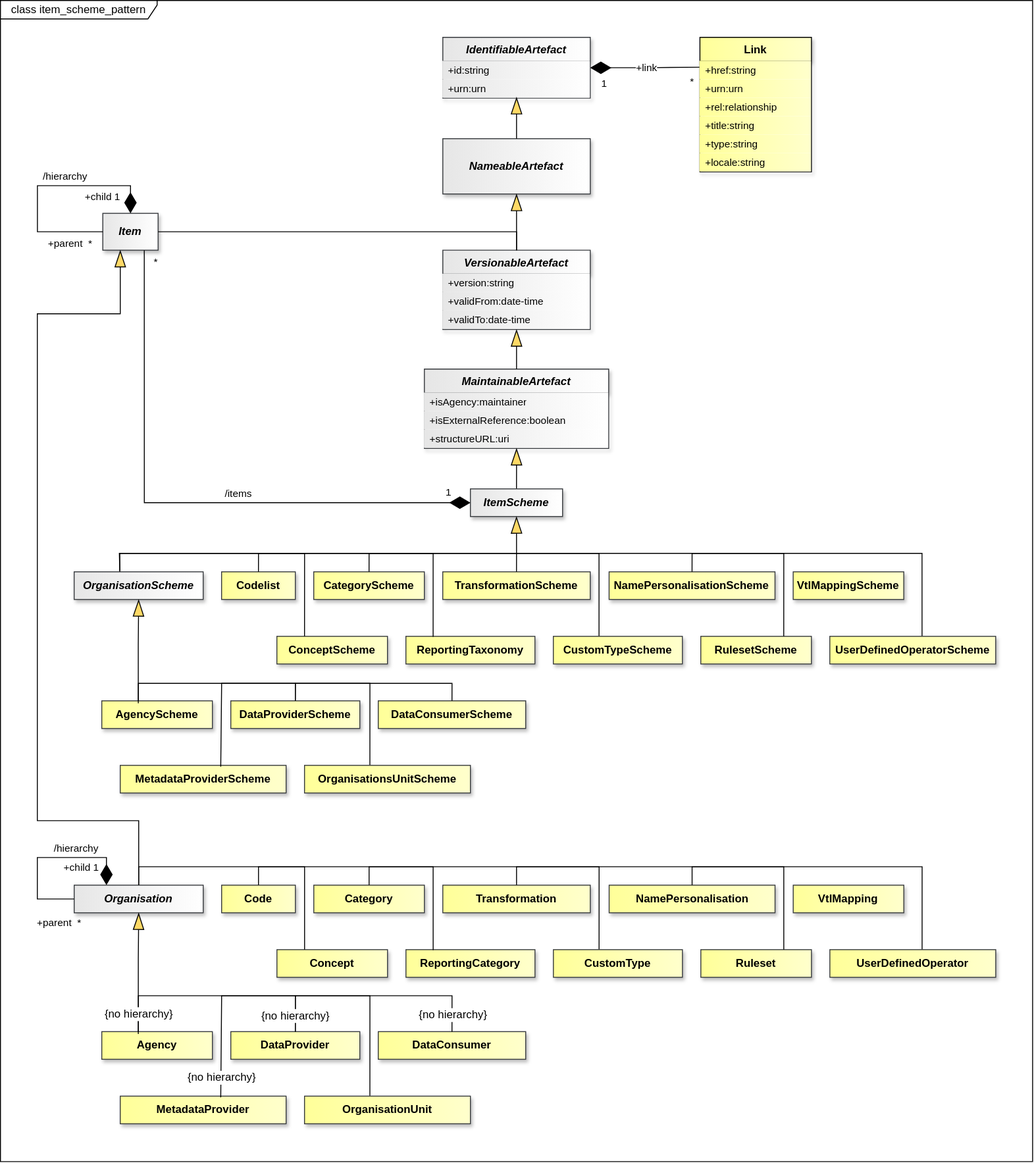
Earlier version of the draw.io export docs/information_model/media/sdmx_base-item_scheme_pattern.svg (sdmx-twg/sdmx-im). Source tidied: cells renumbered, new cells last; positions are measured from the earlier drawing's top-left corner, leaving out a move shared by most shapes.
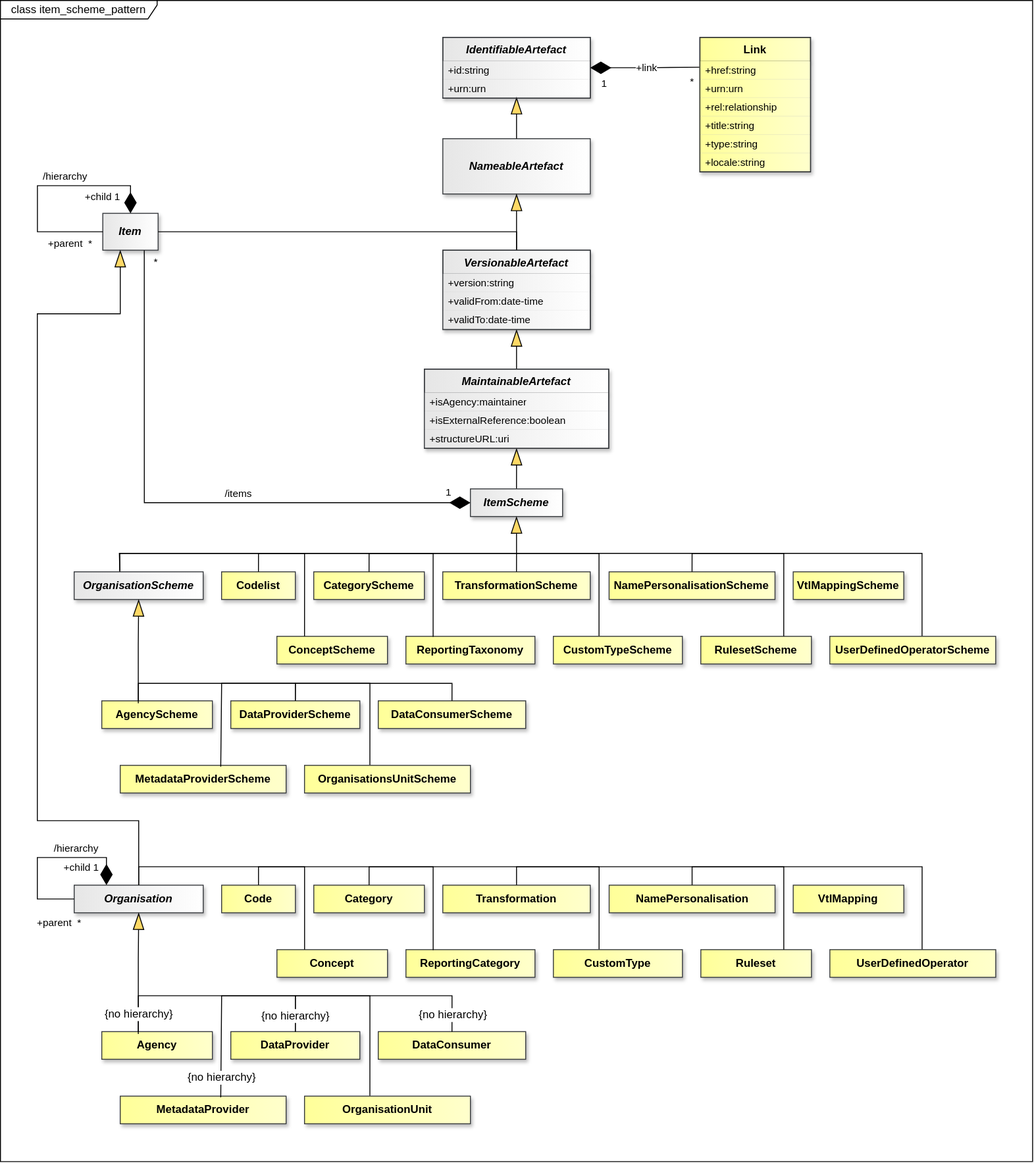
The same diagram one commit later.

What changed in the source:
```diff
@@ -65,10 +65,10 @@
     <mxCell id="22" value="IdentifiableArtefact" style="swimlane;fontStyle=3;align=center;verticalAlign=top;horizontal=1;startSize=26;whiteSpace=wrap;html=1;strokeColor=#36393d;fontFamily=Helvetica;fontSize=12;fillColor=light-dark(#E6E6E6,#E6E6E6);gradientDirection=east;gradientColor=light-dark(#FFFFFF,#FFFFFF);fontColor=light-dark(#000000,#000000);shadow=1;" parent="1" vertex="1">
       <mxGeometry x="480" y="40" width="160" height="66" as="geometry" />
     </mxCell>
-    <mxCell id="23" value="+id:string" style="text;strokeColor=none;fillColor=light-dark(#E6E6E6,#E6E6E6);align=left;verticalAlign=middle;spacingLeft=4;spacingRight=4;overflow=hidden;whiteSpace=wrap;html=1;fontFamily=Helvetica;fontSize=11;fontColor=light-dark(#000000,#000000);fontStyle=0;gradientColor=light-dark(#FFFFFF,#FFFFFF);gradientDirection=east;" parent="22" vertex="1">
+    <mxCell id="23" value="+id:string" style="text;strokeColor=none;fillColor=light-dark(#E6E6E6,#E6E6E6);align=left;verticalAlign=middle;spacingLeft=4;spacingRight=4;overflow=hidden;whiteSpace=wrap;html=1;fontFamily=Helvetica;fontSize=11;fontColor=light-dark(#000000,#000000);fontStyle=0;gradientColor=light-dark(#FFFFFF,#FFFFFF);gradientDirection=east;shadow=1;" parent="22" vertex="1">
       <mxGeometry y="26" width="160" height="20" as="geometry" />
     </mxCell>
-    <mxCell id="24" value="+urn:urn" style="text;strokeColor=none;fillColor=light-dark(#E6E6E6,#E6E6E6);align=left;verticalAlign=middle;spacingLeft=4;spacingRight=4;overflow=hidden;points=[[0,0.5],[1,0.5]];portConstraint=eastwest;whiteSpace=wrap;html=1;fontFamily=Helvetica;fontSize=11;fontColor=light-dark(#000000,#000000);fontStyle=0;gradientColor=light-dark(#FFFFFF,#FFFFFF);gradientDirection=east;" parent="22" vertex="1">
+    <mxCell id="24" value="+urn:urn" style="text;strokeColor=none;fillColor=light-dark(#E6E6E6,#E6E6E6);align=left;verticalAlign=middle;spacingLeft=4;spacingRight=4;overflow=hidden;points=[[0,0.5],[1,0.5]];portConstraint=eastwest;whiteSpace=wrap;html=1;fontFamily=Helvetica;fontSize=11;fontColor=light-dark(#000000,#000000);fontStyle=0;gradientColor=light-dark(#FFFFFF,#FFFFFF);gradientDirection=east;shadow=1;" parent="22" vertex="1">
       <mxGeometry y="46" width="160" height="20" as="geometry" />
     </mxCell>
     <mxCell id="25" value="NameableArtefact" style="whiteSpace=wrap;html=1;verticalAlign=middle;gradientDirection=east;imageVerticalAlign=top;fontStyle=3;fillColor=light-dark(#E6E6E6,#E6E6E6);strokeColor=#36393d;fontColor=light-dark(#000000,#000000);gradientColor=light-dark(#FFFFFF,#FFFFFF);shadow=1;" parent="1" vertex="1">
@@ -80,13 +80,13 @@
     <mxCell id="27" value="VersionableArtefact" style="swimlane;fontStyle=3;align=center;verticalAlign=top;horizontal=1;startSize=26;whiteSpace=wrap;html=1;strokeColor=#36393d;fontFamily=Helvetica;fontSize=12;fillColor=light-dark(#E6E6E6,#E6E6E6);gradientDirection=east;gradientColor=light-dark(#FFFFFF,#FFFFFF);fontColor=light-dark(#000000,#000000);shadow=1;" parent="1" vertex="1">
       <mxGeometry x="480" y="271" width="160" height="86" as="geometry" />
     </mxCell>
-    <mxCell id="28" value="+version:string" style="text;strokeColor=none;fillColor=light-dark(#E6E6E6,#E6E6E6);align=left;verticalAlign=middle;spacingLeft=4;spacingRight=4;overflow=hidden;whiteSpace=wrap;html=1;fontFamily=Helvetica;fontSize=11;fontColor=light-dark(#000000,#000000);fontStyle=0;gradientColor=light-dark(#FFFFFF,#FFFFFF);gradientDirection=east;" parent="27" vertex="1">
+    <mxCell id="28" value="+version:string" style="text;strokeColor=none;fillColor=light-dark(#E6E6E6,#E6E6E6);align=left;verticalAlign=middle;spacingLeft=4;spacingRight=4;overflow=hidden;whiteSpace=wrap;html=1;fontFamily=Helvetica;fontSize=11;fontColor=light-dark(#000000,#000000);fontStyle=0;gradientColor=light-dark(#FFFFFF,#FFFFFF);gradientDirection=east;shadow=1;" parent="27" vertex="1">
       <mxGeometry y="26" width="160" height="20" as="geometry" />
     </mxCell>
-    <mxCell id="29" value="+validFrom:date-time" style="text;strokeColor=none;fillColor=light-dark(#E6E6E6,#E6E6E6);align=left;verticalAlign=middle;spacingLeft=4;spacingRight=4;overflow=hidden;whiteSpace=wrap;html=1;fontFamily=Helvetica;fontSize=11;fontColor=light-dark(#000000,#000000);fontStyle=0;gradientColor=light-dark(#FFFFFF,#FFFFFF);gradientDirection=east;" parent="27" vertex="1">
+    <mxCell id="29" value="+validFrom:date-time" style="text;strokeColor=none;fillColor=light-dark(#E6E6E6,#E6E6E6);align=left;verticalAlign=middle;spacingLeft=4;spacingRight=4;overflow=hidden;whiteSpace=wrap;html=1;fontFamily=Helvetica;fontSize=11;fontColor=light-dark(#000000,#000000);fontStyle=0;gradientColor=light-dark(#FFFFFF,#FFFFFF);gradientDirection=east;shadow=1;" parent="27" vertex="1">
       <mxGeometry y="46" width="160" height="20" as="geometry" />
     </mxCell>
-    <mxCell id="30" value="+validTo:date-time" style="text;strokeColor=none;fillColor=light-dark(#E6E6E6,#E6E6E6);align=left;verticalAlign=middle;spacingLeft=4;spacingRight=4;overflow=hidden;whiteSpace=wrap;html=1;fontFamily=Helvetica;fontSize=11;fontColor=light-dark(#000000,#000000);fontStyle=0;gradientColor=light-dark(#FFFFFF,#FFFFFF);gradientDirection=east;" parent="27" vertex="1">
+    <mxCell id="30" value="+validTo:date-time" style="text;strokeColor=none;fillColor=light-dark(#E6E6E6,#E6E6E6);align=left;verticalAlign=middle;spacingLeft=4;spacingRight=4;overflow=hidden;whiteSpace=wrap;html=1;fontFamily=Helvetica;fontSize=11;fontColor=light-dark(#000000,#000000);fontStyle=0;gradientColor=light-dark(#FFFFFF,#FFFFFF);gradientDirection=east;shadow=1;" parent="27" vertex="1">
       <mxGeometry y="66" width="160" height="20" as="geometry" />
     </mxCell>
     <mxCell id="31" style="endArrow=blockThin;endSize=16;endFill=1;html=1;rounded=0;entryX=0.5;entryY=1;entryDx=0;entryDy=0;exitX=0.5;exitY=0;exitDx=0;exitDy=0;startFill=0;endFillColor=light-dark(#FFD966,#FFD966);strokeColor=light-dark(#000000,#FFFFFF);startFillColor=light-dark(#000000,#FFFFFF);labelBackgroundColor=none;labelBorderColor=light-dark(#000000,#FFFFFF);" parent="1" edge="1" source="27" target="25">
@@ -95,13 +95,13 @@
     <mxCell id="32" value="MaintainableArtefact" style="swimlane;fontStyle=3;align=center;verticalAlign=top;horizontal=1;startSize=26;whiteSpace=wrap;html=1;strokeColor=#36393d;fontFamily=Helvetica;fontSize=12;fillColor=light-dark(#E6E6E6,#E6E6E6);gradientDirection=east;gradientColor=light-dark(#FFFFFF,#FFFFFF);fontColor=light-dark(#000000,#000000);shadow=1;" parent="1" vertex="1">
       <mxGeometry x="460" y="400" width="200" height="86" as="geometry" />
     </mxCell>
-    <mxCell id="33" value="+isAgency:maintainer" style="text;strokeColor=none;fillColor=light-dark(#E6E6E6,#E6E6E6);align=left;verticalAlign=middle;spacingLeft=4;spacingRight=4;overflow=hidden;whiteSpace=wrap;html=1;fontFamily=Helvetica;fontSize=11;fontColor=light-dark(#000000,#000000);fontStyle=0;gradientColor=light-dark(#FFFFFF,#FFFFFF);gradientDirection=east;" parent="32" vertex="1">
+    <mxCell id="33" value="+isAgency:maintainer" style="text;strokeColor=none;fillColor=light-dark(#E6E6E6,#E6E6E6);align=left;verticalAlign=middle;spacingLeft=4;spacingRight=4;overflow=hidden;whiteSpace=wrap;html=1;fontFamily=Helvetica;fontSize=11;fontColor=light-dark(#000000,#000000);fontStyle=0;gradientColor=light-dark(#FFFFFF,#FFFFFF);gradientDirection=east;shadow=1;" parent="32" vertex="1">
       <mxGeometry y="26" width="200" height="20" as="geometry" />
     </mxCell>
-    <mxCell id="34" value="+isExternalReference:boolean" style="text;strokeColor=none;fillColor=light-dark(#E6E6E6,#E6E6E6);align=left;verticalAlign=middle;spacingLeft=4;spacingRight=4;overflow=hidden;whiteSpace=wrap;html=1;fontFamily=Helvetica;fontSize=11;fontColor=light-dark(#000000,#000000);fontStyle=0;gradientColor=light-dark(#FFFFFF,#FFFFFF);gradientDirection=east;" parent="32" vertex="1">
+    <mxCell id="34" value="+isExternalReference:boolean" style="text;strokeColor=none;fillColor=light-dark(#E6E6E6,#E6E6E6);align=left;verticalAlign=middle;spacingLeft=4;spacingRight=4;overflow=hidden;whiteSpace=wrap;html=1;fontFamily=Helvetica;fontSize=11;fontColor=light-dark(#000000,#000000);fontStyle=0;gradientColor=light-dark(#FFFFFF,#FFFFFF);gradientDirection=east;shadow=1;" parent="32" vertex="1">
       <mxGeometry y="46" width="200" height="20" as="geometry" />
     </mxCell>
-    <mxCell id="35" value="+structureURL:uri" style="text;strokeColor=none;fillColor=light-dark(#E6E6E6,#E6E6E6);align=left;verticalAlign=middle;spacingLeft=4;spacingRight=4;overflow=hidden;whiteSpace=wrap;html=1;fontFamily=Helvetica;fontSize=11;fontColor=light-dark(#000000,#000000);fontStyle=0;gradientColor=light-dark(#FFFFFF,#FFFFFF);gradientDirection=east;" parent="32" vertex="1">
+    <mxCell id="35" value="+structureURL:uri" style="text;strokeColor=none;fillColor=light-dark(#E6E6E6,#E6E6E6);align=left;verticalAlign=middle;spacingLeft=4;spacingRight=4;overflow=hidden;whiteSpace=wrap;html=1;fontFamily=Helvetica;fontSize=11;fontColor=light-dark(#000000,#000000);fontStyle=0;gradientColor=light-dark(#FFFFFF,#FFFFFF);gradientDirection=east;shadow=1;" parent="32" vertex="1">
       <mxGeometry y="66" width="200" height="20" as="geometry" />
     </mxCell>
     <mxCell id="36" style="endArrow=blockThin;endSize=16;endFill=1;html=1;rounded=0;entryX=0.5;entryY=1;entryDx=0;entryDy=0;exitX=0.5;exitY=0;exitDx=0;exitDy=0;startFill=0;endFillColor=light-dark(#FFD966,#FFD966);strokeColor=light-dark(#000000,#FFFFFF);startFillColor=light-dark(#000000,#FFFFFF);labelBackgroundColor=none;labelBorderColor=light-dark(#000000,#FFFFFF);" parent="1" edge="1" source="32" target="27">
@@ -476,25 +476,37 @@
       </mxGeometry>
     </mxCell>
     <mxCell id="110" value="Link" style="swimlane;fontStyle=1;align=center;verticalAlign=top;horizontal=1;startSize=26;whiteSpace=wrap;html=1;fillColor=light-dark(#FFFF99,#FFFF99);strokeColor=light-dark(#000000,#000000);gradientDirection=east;swimlaneLine=1;fontColor=light-dark(#000000,#000000);labelBackgroundColor=none;textShadow=0;gradientColor=light-dark(#FFFFCC,#FFFFCC);shadow=1;" parent="1" vertex="1">
-      <mxGeometry x="759" y="40" width="121" height="146" as="geometry" />
+      <mxGeometry x="759" y="40" width="120" height="146" as="geometry" />
     </mxCell>
-    <mxCell id="111" value="+href:string" style="text;strokeColor=none;fillColor=light-dark(#FFFF99,#FFFF99);align=left;verticalAlign=middle;spacingLeft=4;spacingRight=4;overflow=hidden;points=[[0,0.5],[1,0.5]];portConstraint=eastwest;whiteSpace=wrap;html=1;fontSize=11;gradientColor=light-dark(#FFFFCC,#FFFFCC);gradientDirection=east;fontColor=light-dark(#000000,#000000);strokeWidth=0;" parent="110" vertex="1">
-      <mxGeometry y="26" width="121" height="20" as="geometry" />
+    <mxCell id="111" value="+href:string" style="text;strokeColor=none;fillColor=light-dark(#FFFF99,#FFFF99);align=left;verticalAlign=middle;spacingLeft=4;spacingRight=4;overflow=hidden;points=[[0,0.5],[1,0.5]];portConstraint=eastwest;whiteSpace=wrap;html=1;fontSize=11;gradientColor=light-dark(#FFFFCC,#FFFFCC);gradientDirection=east;fontColor=light-dark(#000000,#000000);strokeWidth=0;shadow=1;" parent="110" vertex="1">
+      <mxGeometry y="26" width="120" height="20" as="geometry" />
     </mxCell>
-    <mxCell id="112" value="+urn:urn" style="text;strokeColor=none;fillColor=light-dark(#FFFF99,#FFFF99);align=left;verticalAlign=middle;spacingLeft=4;spacingRight=4;overflow=hidden;whiteSpace=wrap;html=1;fontSize=11;gradientColor=light-dark(#FFFFCC,#FFFFCC);gradientDirection=east;fontColor=light-dark(#000000,#000000);strokeWidth=0;" parent="110" vertex="1">
-      <mxGeometry y="46" width="121" height="20" as="geometry" />
+    <mxCell id="112" value="+urn:urn" style="text;strokeColor=none;fillColor=light-dark(#FFFF99,#FFFF99);align=left;verticalAlign=middle;spacingLeft=4;spacingRight=4;overflow=hidden;whiteSpace=wrap;html=1;fontSize=11;gradientColor=light-dark(#FFFFCC,#FFFFCC);gradientDirection=east;fontColor=light-dark(#000000,#000000);strokeWidth=0;shadow=1;" parent="110" vertex="1">
+      <mxGeometry y="46" width="120" height="20" as="geometry" />
     </mxCell>
-    <mxCell id="113" value="+rel:relationship" style="text;strokeColor=none;fillColor=light-dark(#FFFF99,#FFFF99);align=left;verticalAlign=middle;spacingLeft=4;spacingRight=4;overflow=hidden;whiteSpace=wrap;html=1;fontSize=11;gradientColor=light-dark(#FFFFCC,#FFFFCC);gradientDirection=east;fontColor=light-dark(#000000,#000000);strokeWidth=0;" parent="110" vertex="1">
-      <mxGeometry y="66" width="121" height="20" as="geometry" />
+    <mxCell id="113" value="+rel:relationship" style="text;strokeColor=none;fillColor=light-dark(#FFFF99,#FFFF99);align=left;verticalAlign=middle;spacingLeft=4;spacingRight=4;overflow=hidden;whiteSpace=wrap;html=1;fontSize=11;gradientColor=light-dark(#FFFFCC,#FFFFCC);gradientDirection=east;fontColor=light-dark(#000000,#000000);strokeWidth=0;shadow=1;" parent="110" vertex="1">
+      <mxGeometry y="66" width="120" height="20" as="geometry" />
     </mxCell>
-    <mxCell id="114" value="+title:string" style="text;strokeColor=none;fillColor=light-dark(#FFFF99,#FFFF99);align=left;verticalAlign=middle;spacingLeft=4;spacingRight=4;overflow=hidden;whiteSpace=wrap;html=1;fontSize=11;gradientColor=light-dark(#FFFFCC,#FFFFCC);gradientDirection=east;fontColor=light-dark(#000000,#000000);strokeWidth=0;" parent="110" vertex="1">
-      <mxGeometry y="86" width="121" height="20" as="geometry" />
+    <mxCell id="114" value="+title:string" style="text;strokeColor=none;fillColor=light-dark(#FFFF99,#FFFF99);align=left;verticalAlign=middle;spacingLeft=4;spacingRight=4;overflow=hidden;whiteSpace=wrap;html=1;fontSize=11;gradientColor=light-dark(#FFFFCC,#FFFFCC);gradientDirection=east;fontColor=light-dark(#000000,#000000);strokeWidth=0;shadow=1;" parent="110" vertex="1">
+      <mxGeometry y="86" width="120" height="20" as="geometry" />
     </mxCell>
-    <mxCell id="115" value="+type:string" style="text;strokeColor=none;fillColor=light-dark(#FFFF99,#FFFF99);align=left;verticalAlign=middle;spacingLeft=4;spacingRight=4;overflow=hidden;whiteSpace=wrap;html=1;fontSize=11;gradientColor=light-dark(#FFFFCC,#FFFFCC);gradientDirection=east;fontColor=light-dark(#000000,#000000);strokeWidth=0;" parent="110" vertex="1">
-      <mxGeometry y="106" width="121" height="20" as="geometry" />
+    <mxCell id="115" value="+type:string" style="text;strokeColor=none;fillColor=light-dark(#FFFF99,#FFFF99);align=left;verticalAlign=middle;spacingLeft=4;spacingRight=4;overflow=hidden;whiteSpace=wrap;html=1;fontSize=11;gradientColor=light-dark(#FFFFCC,#FFFFCC);gradientDirection=east;fontColor=light-dark(#000000,#000000);strokeWidth=0;shadow=1;" parent="110" vertex="1">
+      <mxGeometry y="106" width="120" height="20" as="geometry" />
     </mxCell>
-    <mxCell id="116" value="+locale:string" style="text;strokeColor=none;fillColor=light-dark(#FFFF99,#FFFF99);align=left;verticalAlign=middle;spacingLeft=4;spacingRight=4;overflow=hidden;whiteSpace=wrap;html=1;fontSize=11;gradientColor=light-dark(#FFFFCC,#FFFFCC);gradientDirection=east;fontColor=light-dark(#000000,#000000);strokeWidth=0;" parent="110" vertex="1">
-      <mxGeometry y="126" width="121" height="20" as="geometry" />
+    <mxCell id="116" value="+locale:string" style="text;strokeColor=none;fillColor=light-dark(#FFFF99,#FFFF99);align=left;verticalAlign=middle;spacingLeft=4;spacingRight=4;overflow=hidden;whiteSpace=wrap;html=1;fontSize=11;gradientColor=light-dark(#FFFFCC,#FFFFCC);gradientDirection=east;fontColor=light-dark(#000000,#000000);strokeWidth=0;shadow=1;" parent="110" vertex="1">
+      <mxGeometry y="126" width="120" height="20" as="geometry" />
     </mxCell>
+    <mxCell id="117" style="rounded=0;whiteSpace=wrap;html=1;fillColor=none;strokeColor=#36393D;" parent="1" vertex="1">
+      <mxGeometry x="480" y="40" width="160" height="66" as="geometry" />
+    </mxCell>
+    <mxCell id="118" style="rounded=0;whiteSpace=wrap;html=1;fillColor=none;strokeColor=#36393D;" parent="1" vertex="1">
+      <mxGeometry x="759" y="40" width="120" height="146" as="geometry" />
+    </mxCell>
+    <mxCell id="119" style="rounded=0;whiteSpace=wrap;html=1;fillColor=none;strokeColor=#36393D;" parent="1" vertex="1">
+      <mxGeometry x="480" y="271" width="160" height="86" as="geometry" />
+    </mxCell>
+    <mxCell id="120" style="rounded=0;whiteSpace=wrap;html=1;fillColor=none;strokeColor=#36393D;" parent="1" vertex="1">
+      <mxGeometry x="460" y="400" width="200" height="86" as="geometry" />
+    </mxCell>
   </root>
 </mxGraphModel>
```
